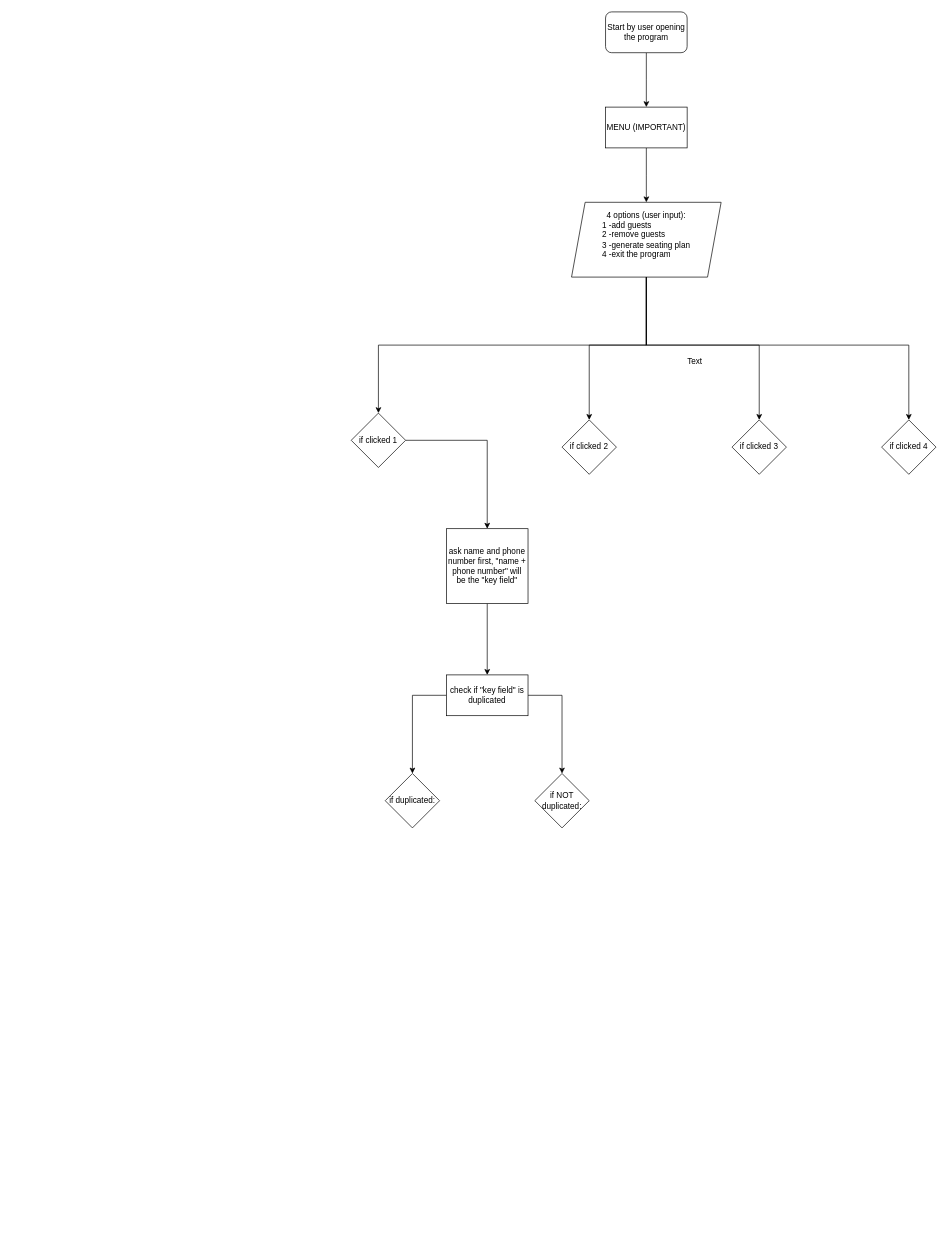
Earlier version of the draw.io diagram Untitled Diagram.drawio (whyamihere001/SBA). Source tidied: cells renumbered, new cells numbered last; positions are measured from the earlier drawing's top-left corner, leaving out a move shared by most shapes. Both pictures are drawn from the tidied source at 68%, with x=0, y=0 at pixel (351, 12).
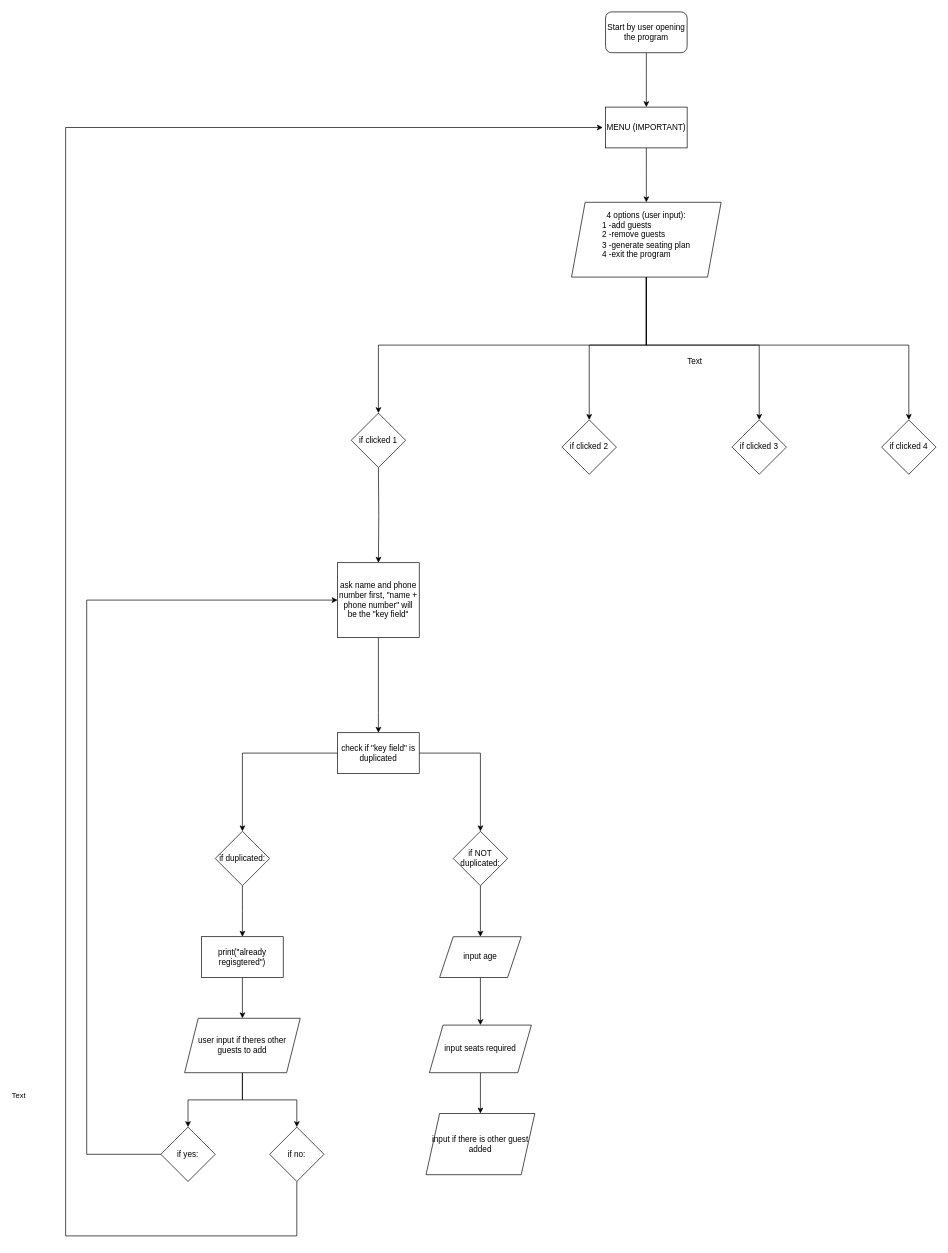
The same diagram, later.

Unchanged cells that the change refers to:
```xml
<mxCell id="13" value="if clicked 1" style="rhombus;whiteSpace=wrap;html=1;" parent="1" vertex="1">
  <mxGeometry y="590" width="80" height="80" as="geometry" />
</mxCell>
```

What changed in the source:
```diff
@@
-    <mxCell id="12" style="edgeStyle=orthogonalEdgeStyle;rounded=0;jettySize=auto;html=1;" parent="1" edge="1" source="13" target="18">
-      <mxGeometry relative="1" as="geometry" />
+    <mxCell id="12" style="edgeStyle=orthogonalEdgeStyle;rounded=0;jettySize=auto;html=1;entryX=0.5;entryY=0;entryDx=0;entryDy=0;" parent="1" edge="1" target="18">
+      <mxGeometry relative="1" as="geometry">
+        <mxPoint x="40" y="670" as="sourcePoint" />
+      </mxGeometry>
     </mxCell>
@@
     <mxCell id="17" style="edgeStyle=orthogonalEdgeStyle;rounded=0;jettySize=auto;html=1;" parent="1" edge="1" source="18" target="21">
-      <mxGeometry relative="1" as="geometry" />
+      <mxGeometry relative="1" as="geometry">
+        <Array as="points">
+          <mxPoint x="40" y="1030" />
+          <mxPoint x="40" y="1030" />
+        </Array>
+      </mxGeometry>
     </mxCell>
     <mxCell id="18" value="ask name and phone number first, &quot;name + phone number&quot; will be the &quot;key field&quot;" style="whiteSpace=wrap;html=1;" parent="1" vertex="1">
-      <mxGeometry x="140" y="760" width="120" height="110" as="geometry" />
+      <mxGeometry x="-20" y="810" width="120" height="110" as="geometry" />
     </mxCell>
@@
     <mxCell id="20" style="edgeStyle=orthogonalEdgeStyle;rounded=0;jettySize=auto;html=1;entryX=0.5;entryY=0;entryDx=0;entryDy=0;" parent="1" edge="1" source="21" target="23">
       <mxGeometry relative="1" as="geometry">
         <Array as="points">
-          <mxPoint x="310" y="1005" />
-          <mxPoint x="310" y="1120" />
+          <mxPoint x="190" y="1090" />
         </Array>
       </mxGeometry>
     </mxCell>
     <mxCell id="21" value="check if &quot;key field&quot; is duplicated" style="whiteSpace=wrap;html=1;" parent="1" vertex="1">
-      <mxGeometry x="140" y="975" width="120" height="60" as="geometry" />
+      <mxGeometry x="-20" y="1060" width="120" height="60" as="geometry" />
     </mxCell>
+    <mxCell id="24" style="edgeStyle=orthogonalEdgeStyle;rounded=0;jettySize=auto;html=1;" parent="1" edge="1" source="23" target="37">
+      <mxGeometry relative="1" as="geometry" />
+    </mxCell>
+    <mxCell id="23" value="if NOT duplicated:" style="rhombus;whiteSpace=wrap;html=1;" parent="1" vertex="1">
+      <mxGeometry x="150" y="1205" width="80" height="80" as="geometry" />
+    </mxCell>
+    <mxCell id="25" style="edgeStyle=orthogonalEdgeStyle;rounded=0;jettySize=auto;html=1;" parent="1" edge="1" source="22">
+      <mxGeometry relative="1" as="geometry">
+        <mxPoint x="-160" y="1360" as="targetPoint" />
+      </mxGeometry>
+    </mxCell>
     <mxCell id="22" value="if duplicated:" style="rhombus;whiteSpace=wrap;html=1;" parent="1" vertex="1">
-      <mxGeometry x="50" y="1120" width="80" height="80" as="geometry" />
+      <mxGeometry x="-200" y="1205" width="80" height="80" as="geometry" />
     </mxCell>
-    <mxCell id="23" value="if NOT duplicated:" style="rhombus;whiteSpace=wrap;html=1;" parent="1" vertex="1">
-      <mxGeometry x="270" y="1120" width="80" height="80" as="geometry" />
-    </mxCell>
+    <mxCell id="26" style="edgeStyle=orthogonalEdgeStyle;rounded=0;jettySize=auto;html=1;" parent="1" edge="1" source="27">
+      <mxGeometry relative="1" as="geometry">
+        <mxPoint x="-160" y="1480" as="targetPoint" />
+      </mxGeometry>
+    </mxCell>
+    <mxCell id="27" value="print(&quot;already regisgtered&quot;)" style="rounded=0;whiteSpace=wrap;html=1;" parent="1" vertex="1">
+      <mxGeometry x="-220" y="1360" width="120" height="60" as="geometry" />
+    </mxCell>
+    <mxCell id="28" style="edgeStyle=orthogonalEdgeStyle;rounded=0;jettySize=auto;html=1;" parent="1" edge="1" source="30" target="33">
+      <mxGeometry relative="1" as="geometry" />
+    </mxCell>
+    <mxCell id="29" style="edgeStyle=orthogonalEdgeStyle;rounded=0;jettySize=auto;html=1;" parent="1" edge="1" source="30" target="35">
+      <mxGeometry relative="1" as="geometry" />
+    </mxCell>
+    <mxCell id="30" value="user input if theres other guests to add" style="shape=parallelogram;perimeter=parallelogramPerimeter;whiteSpace=wrap;html=1;fixedSize=1;" parent="1" vertex="1">
+      <mxGeometry x="-245" y="1480" width="170" height="80" as="geometry" />
+    </mxCell>
+    <mxCell id="31" style="edgeStyle=orthogonalEdgeStyle;rounded=0;jettySize=auto;html=1;" parent="1" edge="1" source="33" target="18">
+      <mxGeometry relative="1" as="geometry">
+        <Array as="points">
+          <mxPoint x="-389" y="1680" />
+          <mxPoint x="-389" y="865" />
+        </Array>
+      </mxGeometry>
+    </mxCell>
+    <mxCell id="32" value="Text" style="edgeLabel;html=1;align=center;verticalAlign=middle;" parent="31" vertex="1">
+      <mxGeometry x="-0.52" y="4" relative="1" as="geometry">
+        <mxPoint x="-97" y="113" as="offset" />
+      </mxGeometry>
+    </mxCell>
+    <mxCell id="33" value="if yes:" style="rhombus;whiteSpace=wrap;html=1;" parent="1" vertex="1">
+      <mxGeometry x="-280" y="1640" width="80" height="80" as="geometry" />
+    </mxCell>
+    <mxCell id="34" style="edgeStyle=orthogonalEdgeStyle;rounded=0;orthogonalLoop=1;jettySize=auto;html=1;" parent="1" edge="1">
+      <mxGeometry relative="1" as="geometry">
+        <mxPoint x="-80" y="1720" as="sourcePoint" />
+        <mxPoint x="370" y="170" as="targetPoint" />
+        <Array as="points">
+          <mxPoint x="-80" y="1800" />
+          <mxPoint x="-420" y="1800" />
+        </Array>
+      </mxGeometry>
+    </mxCell>
+    <mxCell id="35" value="if no:" style="rhombus;whiteSpace=wrap;html=1;" parent="1" vertex="1">
+      <mxGeometry x="-120" y="1640" width="80" height="80" as="geometry" />
+    </mxCell>
+    <mxCell id="36" style="edgeStyle=orthogonalEdgeStyle;rounded=0;jettySize=auto;html=1;" parent="1" edge="1" source="37" target="39">
+      <mxGeometry relative="1" as="geometry" />
+    </mxCell>
+    <mxCell id="37" value="input age" style="shape=parallelogram;perimeter=parallelogramPerimeter;whiteSpace=wrap;html=1;fixedSize=1;" parent="1" vertex="1">
+      <mxGeometry x="130" y="1360" width="120" height="60" as="geometry" />
+    </mxCell>
+    <mxCell id="38" style="edgeStyle=orthogonalEdgeStyle;rounded=0;jettySize=auto;html=1;entryX=0.5;entryY=0;entryDx=0;entryDy=0;" parent="1" edge="1" source="39" target="40">
+      <mxGeometry relative="1" as="geometry" />
+    </mxCell>
+    <mxCell id="39" value="input seats required" style="shape=parallelogram;perimeter=parallelogramPerimeter;whiteSpace=wrap;html=1;fixedSize=1;" parent="1" vertex="1">
+      <mxGeometry x="115" y="1490" width="150" height="70" as="geometry" />
+    </mxCell>
+    <mxCell id="40" value="input if there is other guest added" style="shape=parallelogram;perimeter=parallelogramPerimeter;whiteSpace=wrap;html=1;fixedSize=1;" parent="1" vertex="1">
+      <mxGeometry x="110" y="1620" width="160" height="90" as="geometry" />
+    </mxCell>
```
